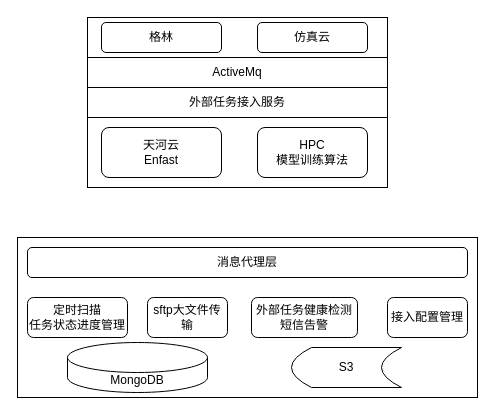
The draw.io diagram externalTask.drawio in tonyleifang/tony, before the edit. Source tidied: cells renumbered, new cells numbered last; positions are measured from the earlier drawing's top-left corner, leaving out a move shared by most shapes. Both pictures are drawn from the tidied source at 100%, with x=0, y=0 at pixel (17, 17).
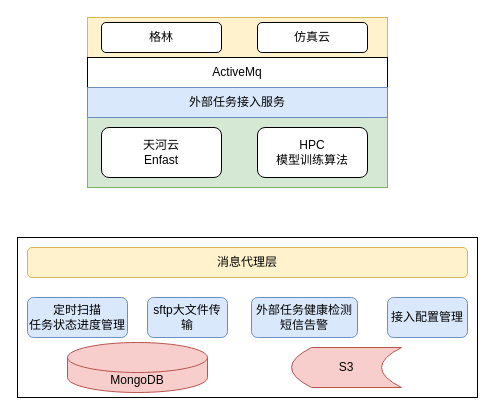
The same diagram, later.

Change to the diagram source:
```diff
@@
 <mxGraphModel>
   <root>
     <mxCell id="0" />
     <mxCell id="1" parent="0" />
-    <mxCell id="2" style="rounded=0;whiteSpace=wrap;html=1;" parent="1" vertex="1">
+    <mxCell id="2" style="rounded=0;whiteSpace=wrap;html=1;fillColor=#fff2cc;strokeColor=#d6b656;" parent="1" vertex="1">
       <mxGeometry x="70" width="300" height="40" as="geometry" />
     </mxCell>
     <mxCell id="3" value="格林" style="rounded=1;whiteSpace=wrap;html=1;" parent="1" vertex="1">
       <mxGeometry x="84" y="5" width="120" height="30" as="geometry" />
     </mxCell>
     <mxCell id="4" value="仿真云" style="rounded=1;whiteSpace=wrap;html=1;" parent="1" vertex="1">
       <mxGeometry x="240" y="5" width="110" height="30" as="geometry" />
     </mxCell>
     <mxCell id="5" value="ActiveMq" style="rounded=0;whiteSpace=wrap;html=1;" parent="1" vertex="1">
       <mxGeometry x="70" y="40" width="300" height="30" as="geometry" />
     </mxCell>
-    <mxCell id="6" style="rounded=0;whiteSpace=wrap;html=1;" parent="1" vertex="1">
+    <mxCell id="6" style="rounded=0;whiteSpace=wrap;html=1;fillColor=#d5e8d4;strokeColor=#82b366;" parent="1" vertex="1">
       <mxGeometry x="70" y="100" width="300" height="70" as="geometry" />
     </mxCell>
     <mxCell id="7" value="天河云&lt;br&gt;Enfast" style="rounded=1;whiteSpace=wrap;html=1;" parent="1" vertex="1">
       <mxGeometry x="84" y="110" width="120" height="50" as="geometry" />
     </mxCell>
-    <mxCell id="8" value="外部任务接入服务" style="rounded=0;whiteSpace=wrap;html=1;" parent="1" vertex="1">
+    <mxCell id="8" value="外部任务接入服务" style="rounded=0;whiteSpace=wrap;html=1;fillColor=#dae8fc;strokeColor=#6c8ebf;" parent="1" vertex="1">
       <mxGeometry x="70" y="70" width="300" height="30" as="geometry" />
     </mxCell>
     <mxCell id="9" value="HPC&lt;br&gt;模型训练算法" style="rounded=1;whiteSpace=wrap;html=1;" parent="1" vertex="1">
       <mxGeometry x="240" y="110" width="110" height="50" as="geometry" />
     </mxCell>
     <mxCell id="10" style="rounded=0;whiteSpace=wrap;html=1;" parent="1" vertex="1">
       <mxGeometry y="220" width="460" height="160" as="geometry" />
     </mxCell>
-    <mxCell id="11" value="消息代理层" style="rounded=1;whiteSpace=wrap;html=1;" parent="1" vertex="1">
+    <mxCell id="11" value="消息代理层" style="rounded=1;whiteSpace=wrap;html=1;fillColor=#fff2cc;strokeColor=#d6b656;" parent="1" vertex="1">
       <mxGeometry x="10" y="230" width="440" height="30" as="geometry" />
     </mxCell>
-    <mxCell id="12" value="定时扫描&lt;br&gt;任务状态进度管理" style="rounded=1;whiteSpace=wrap;html=1;" parent="1" vertex="1">
+    <mxCell id="12" value="定时扫描&lt;br&gt;任务状态进度管理" style="rounded=1;whiteSpace=wrap;html=1;fillColor=#dae8fc;strokeColor=#6c8ebf;" parent="1" vertex="1">
       <mxGeometry x="10" y="280" width="100" height="40" as="geometry" />
     </mxCell>
-    <mxCell id="13" value="sftp大文件传输" style="rounded=1;whiteSpace=wrap;html=1;" parent="1" vertex="1">
+    <mxCell id="13" value="sftp大文件传输" style="rounded=1;whiteSpace=wrap;html=1;fillColor=#dae8fc;strokeColor=#6c8ebf;" parent="1" vertex="1">
       <mxGeometry x="130" y="280" width="80" height="40" as="geometry" />
     </mxCell>
-    <mxCell id="14" value="外部任务健康检测&lt;br&gt;短信告警" style="rounded=1;whiteSpace=wrap;html=1;" parent="1" vertex="1">
+    <mxCell id="14" value="外部任务健康检测&lt;br&gt;短信告警" style="rounded=1;whiteSpace=wrap;html=1;fillColor=#dae8fc;strokeColor=#6c8ebf;" parent="1" vertex="1">
       <mxGeometry x="234" y="280" width="106" height="40" as="geometry" />
     </mxCell>
-    <mxCell id="15" value="接入配置管理" style="rounded=1;whiteSpace=wrap;html=1;" parent="1" vertex="1">
+    <mxCell id="15" value="接入配置管理" style="rounded=1;whiteSpace=wrap;html=1;fillColor=#dae8fc;strokeColor=#6c8ebf;" parent="1" vertex="1">
       <mxGeometry x="370" y="280" width="80" height="40" as="geometry" />
     </mxCell>
-    <mxCell id="16" value="S3" style="shape=dataStorage;whiteSpace=wrap;html=1;fixedSize=1;" parent="1" vertex="1">
+    <mxCell id="16" value="S3" style="shape=dataStorage;whiteSpace=wrap;html=1;fixedSize=1;fillColor=#f8cecc;strokeColor=#b85450;" parent="1" vertex="1">
       <mxGeometry x="274" y="330" width="110" height="40" as="geometry" />
     </mxCell>
-    <mxCell id="17" value="MongoDB" style="shape=cylinder3;whiteSpace=wrap;html=1;boundedLbl=1;backgroundOutline=1;size=15;" parent="1" vertex="1">
+    <mxCell id="17" value="MongoDB" style="shape=cylinder3;whiteSpace=wrap;html=1;boundedLbl=1;backgroundOutline=1;size=15;fillColor=#f8cecc;strokeColor=#b85450;" parent="1" vertex="1">
       <mxGeometry x="50" y="325" width="140" height="50" as="geometry" />
     </mxCell>
   </root>
 </mxGraphModel>
```
